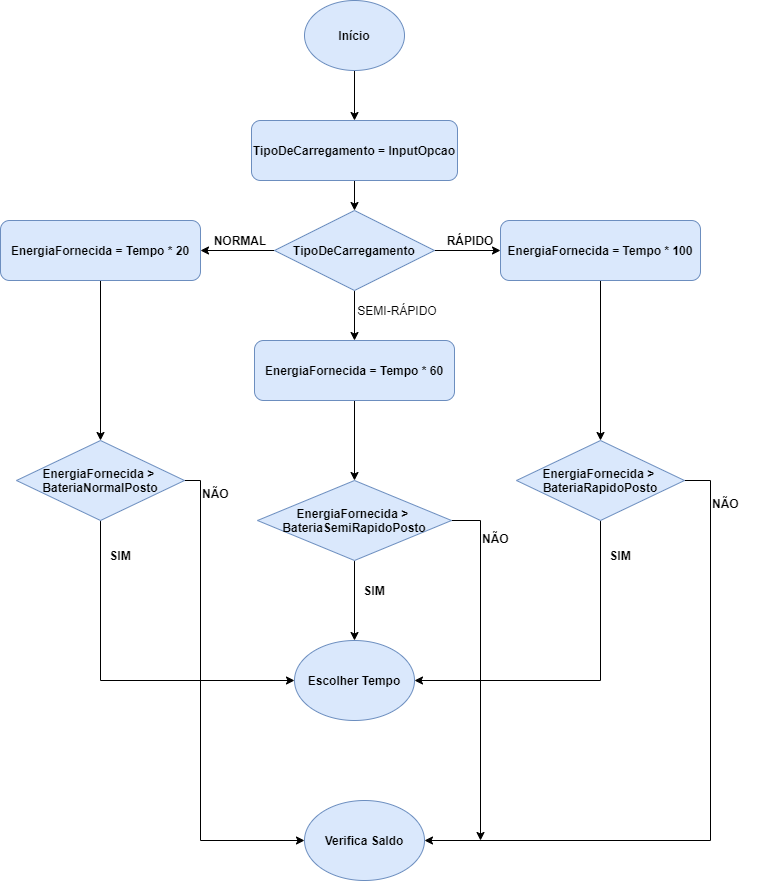
Before: TempoDescarregaPosto.png, a diagram exported from draw.io (ProgRub/Proj2AC). Source tidied: cells renumbered, new cells last; positions are measured from the earlier drawing's top-left corner, leaving out a move shared by most shapes.
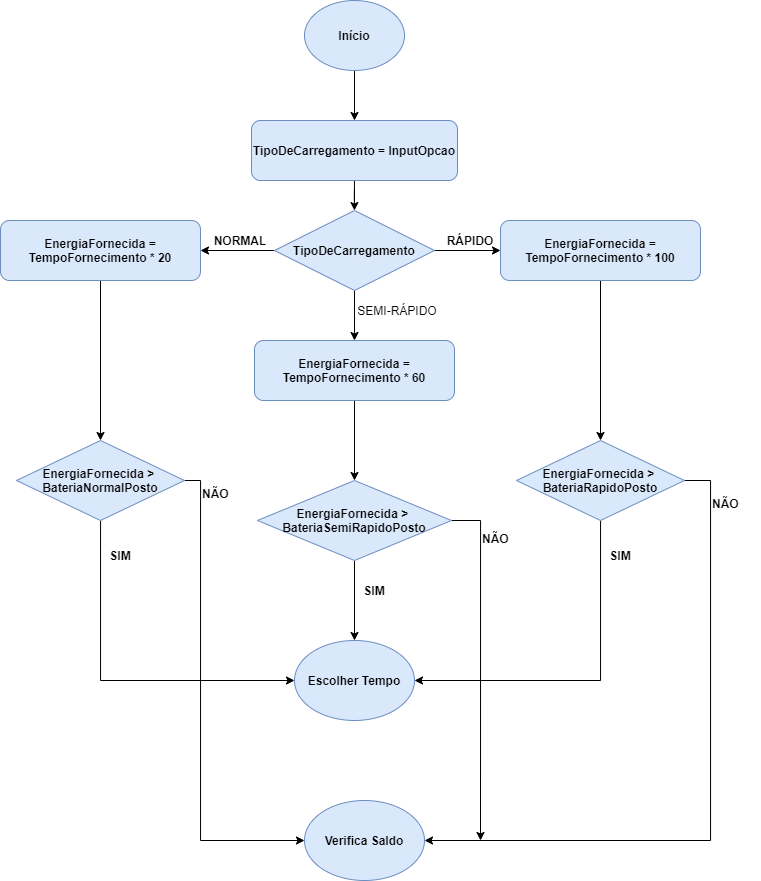
The same diagram one commit later.

Change to the diagram source:
```diff
@@ -23,19 +23,19 @@
     <mxCell id="8" style="edgeStyle=orthogonalEdgeStyle;rounded=0;jettySize=auto;html=1;entryX=0.5;entryY=0;entryDx=0;entryDy=0;" parent="1" edge="1" source="9" target="19">
       <mxGeometry relative="1" as="geometry" />
     </mxCell>
-    <mxCell id="9" value="EnergiaFornecida = Tempo * 20" style="rounded=1;whiteSpace=wrap;html=1;fontStyle=1;fillColor=#dae8fc;strokeColor=#6c8ebf;" parent="1" vertex="1">
+    <mxCell id="9" value="EnergiaFornecida = TempoFornecimento&amp;nbsp;* 20" style="rounded=1;whiteSpace=wrap;html=1;fontStyle=1;fillColor=#dae8fc;strokeColor=#6c8ebf;" parent="1" vertex="1">
       <mxGeometry y="220" width="200" height="60" as="geometry" />
     </mxCell>
     <mxCell id="10" style="edgeStyle=orthogonalEdgeStyle;rounded=0;jettySize=auto;html=1;entryX=0.5;entryY=0;entryDx=0;entryDy=0;" parent="1" edge="1" source="11" target="25">
       <mxGeometry relative="1" as="geometry" />
     </mxCell>
-    <mxCell id="11" value="EnergiaFornecida = Tempo * 100" style="rounded=1;whiteSpace=wrap;html=1;fillColor=#dae8fc;strokeColor=#6c8ebf;fontStyle=1;" parent="1" vertex="1">
+    <mxCell id="11" value="EnergiaFornecida = TempoFornecimento&amp;nbsp;* 100" style="rounded=1;whiteSpace=wrap;html=1;fillColor=#dae8fc;strokeColor=#6c8ebf;fontStyle=1;" parent="1" vertex="1">
       <mxGeometry x="500" y="220" width="200" height="60" as="geometry" />
     </mxCell>
     <mxCell id="12" style="edgeStyle=orthogonalEdgeStyle;rounded=0;jettySize=auto;html=1;entryX=0.5;entryY=0;entryDx=0;entryDy=0;" parent="1" edge="1" source="13" target="22">
       <mxGeometry relative="1" as="geometry" />
     </mxCell>
-    <mxCell id="13" value="EnergiaFornecida = Tempo * 60" style="rounded=1;whiteSpace=wrap;html=1;fontStyle=1;fillColor=#dae8fc;strokeColor=#6c8ebf;" parent="1" vertex="1">
+    <mxCell id="13" value="EnergiaFornecida = TempoFornecimento * 60" style="rounded=1;whiteSpace=wrap;html=1;fontStyle=1;fillColor=#dae8fc;strokeColor=#6c8ebf;" parent="1" vertex="1">
       <mxGeometry x="254" y="340" width="200" height="60" as="geometry" />
     </mxCell>
     <mxCell id="14" value="NORMAL" style="text;html=1;strokeColor=none;fillColor=none;align=center;verticalAlign=middle;whiteSpace=wrap;rounded=0;fontStyle=1;" parent="1" vertex="1">
```
